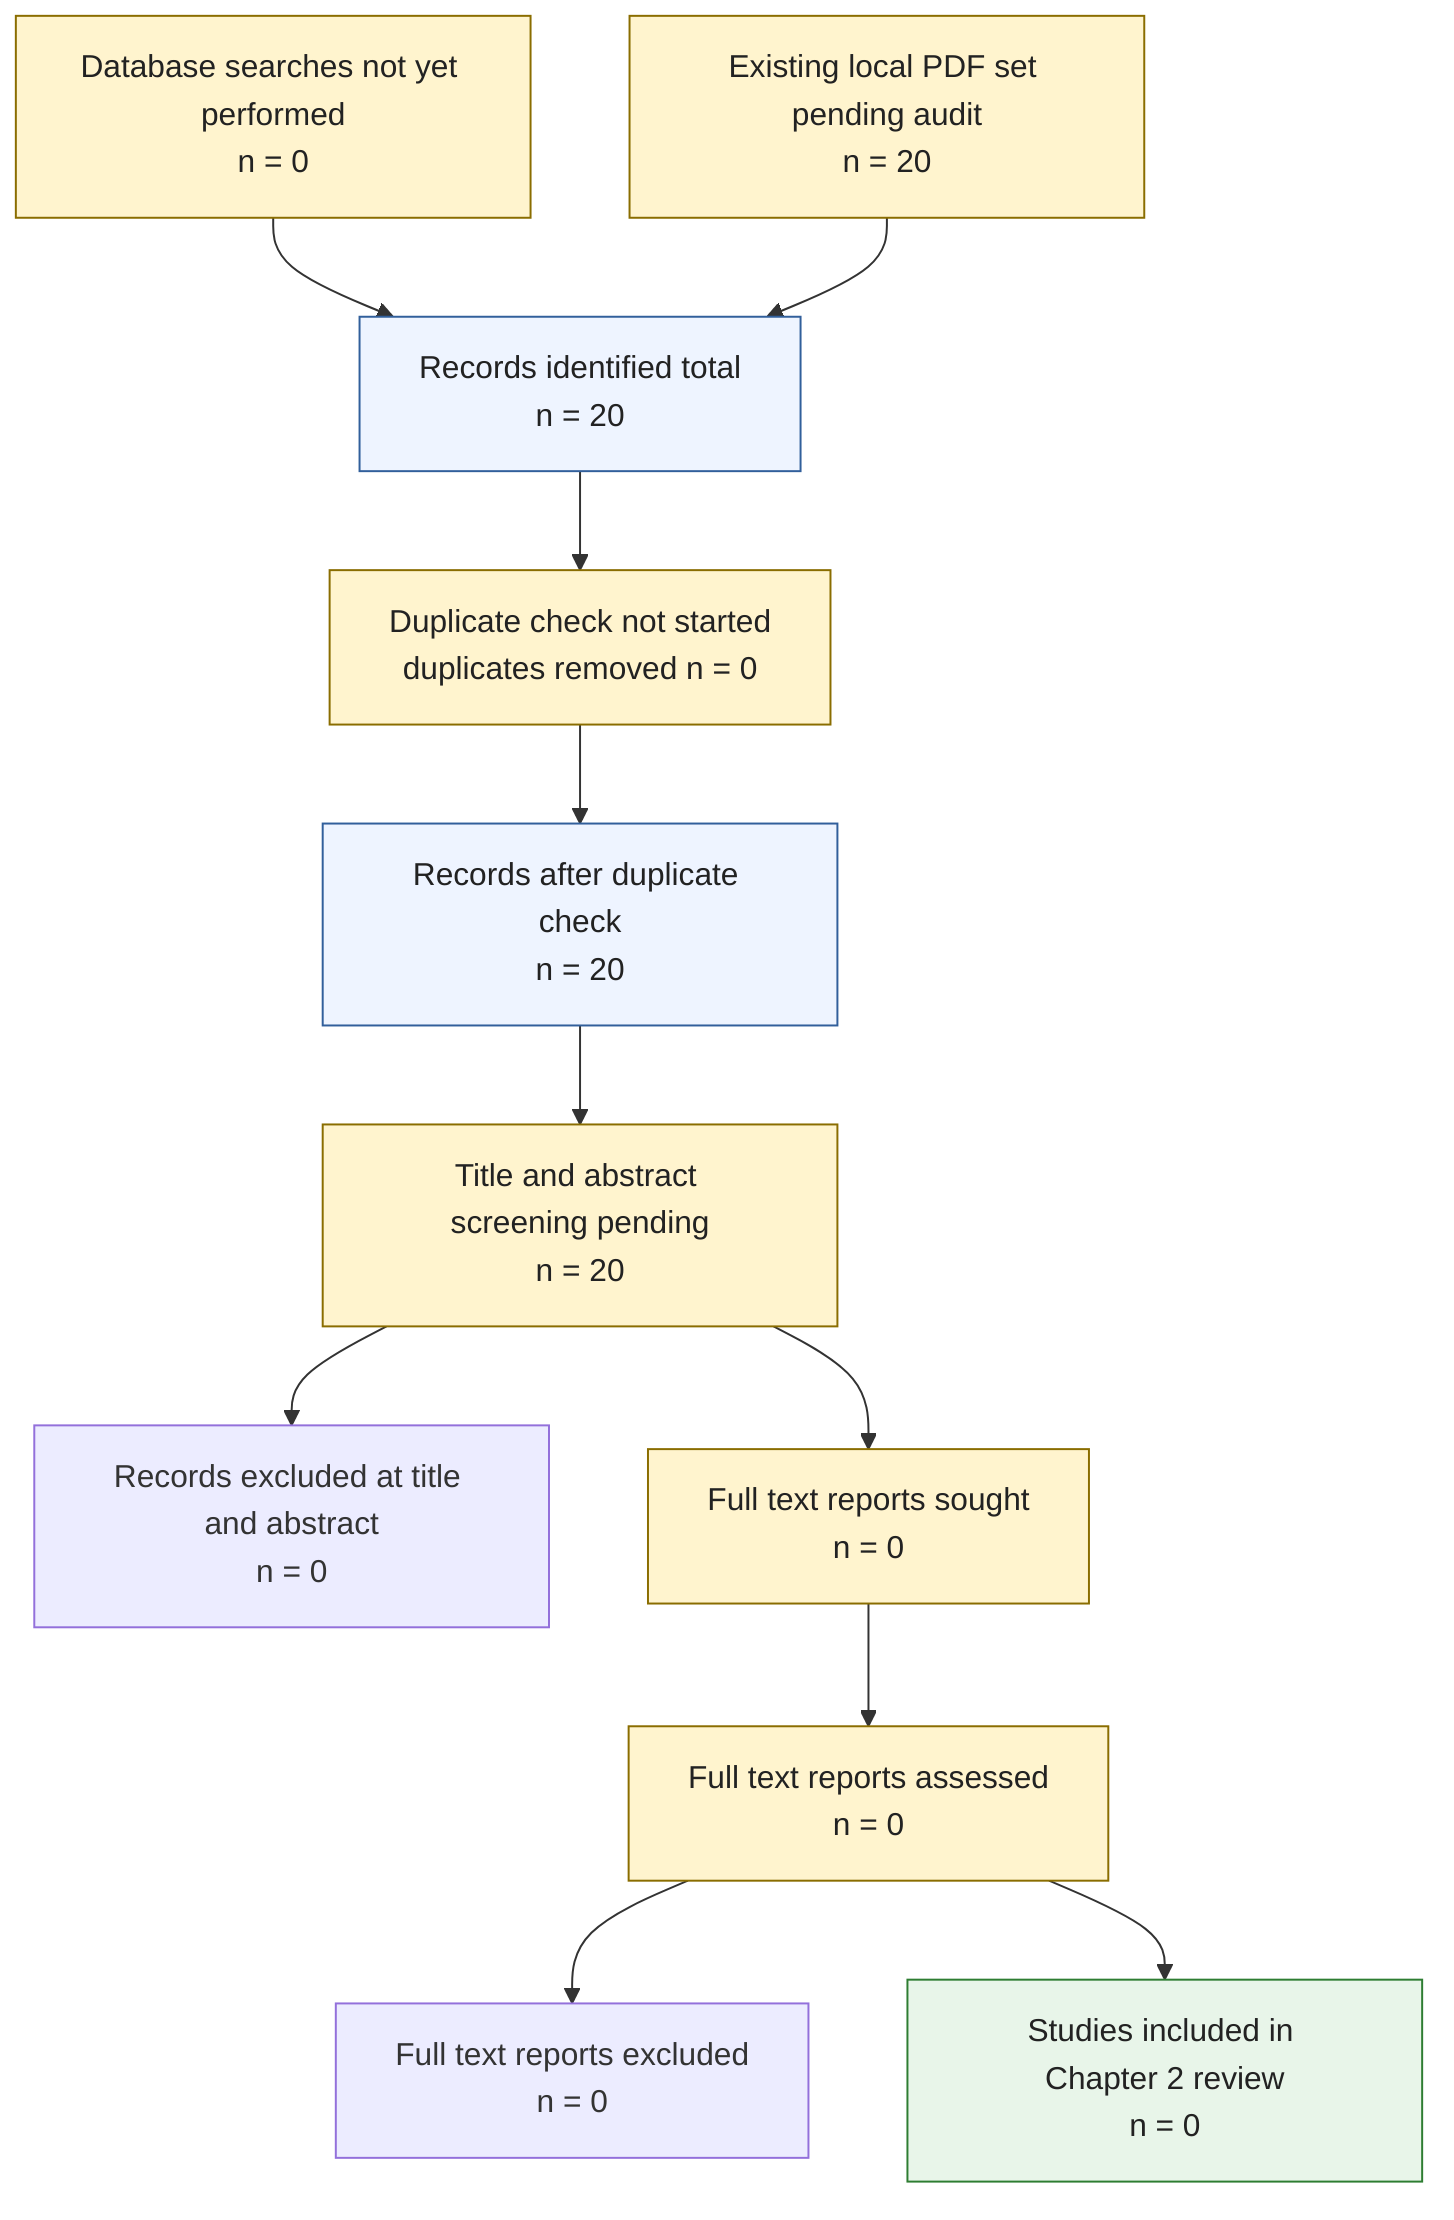
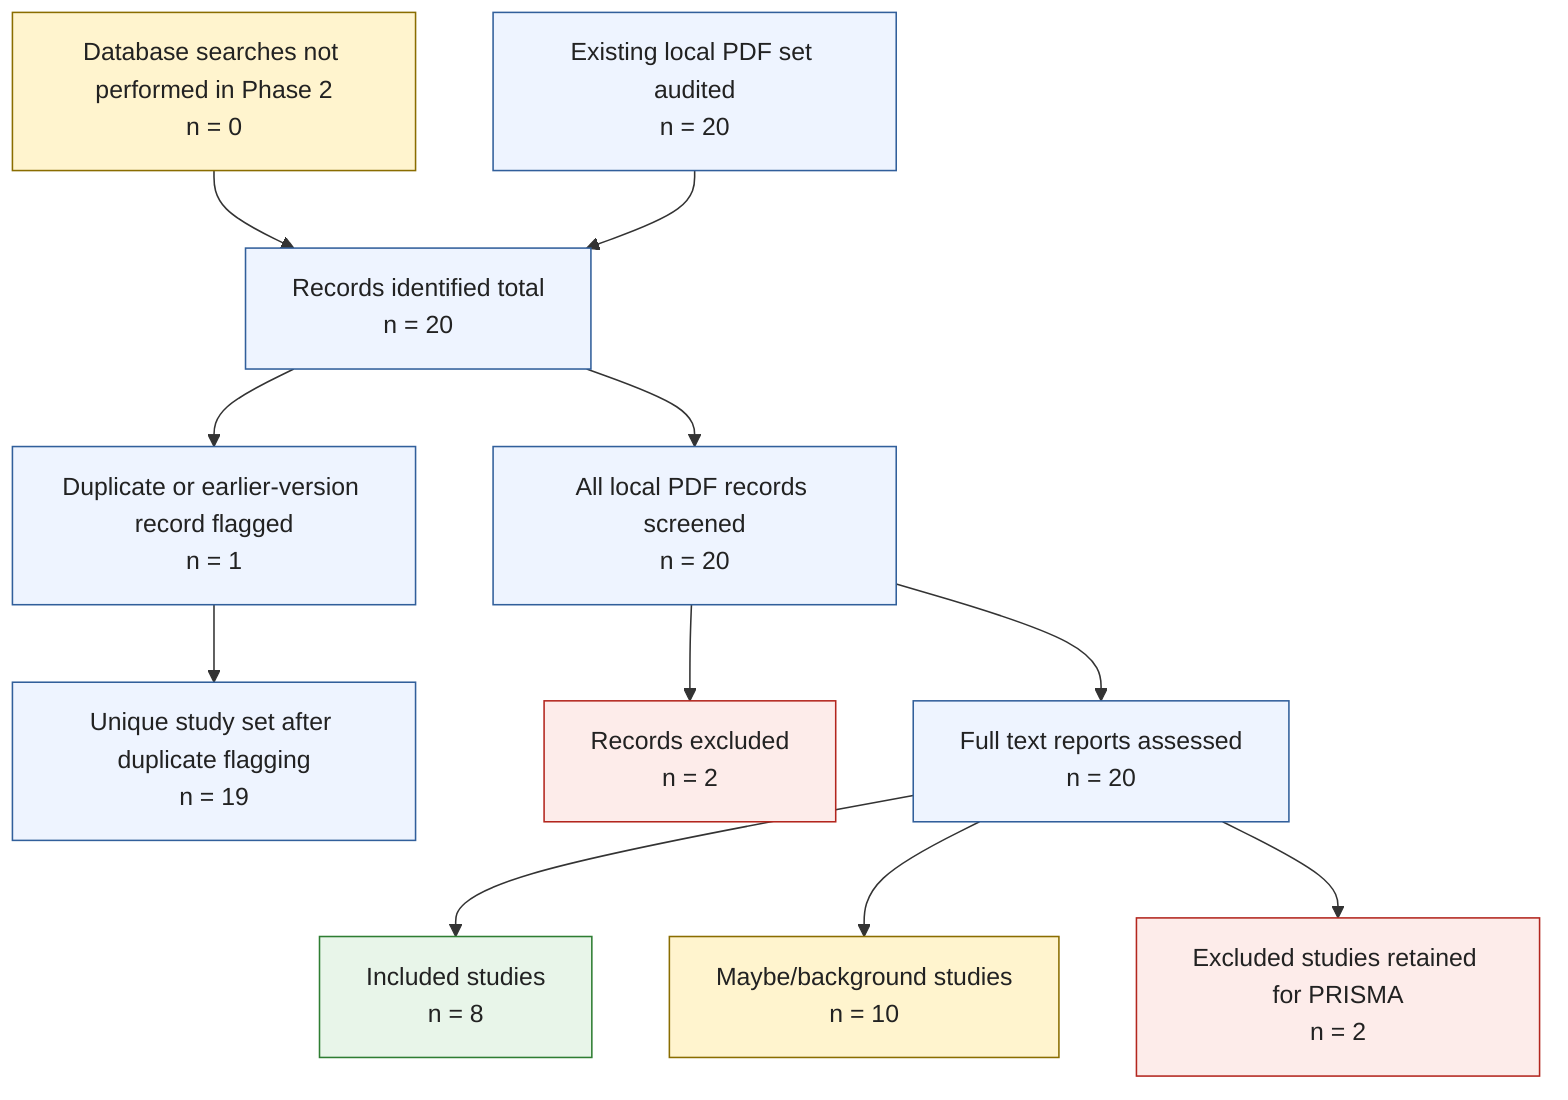
%% Project: Machine Learning-Based System for Cardiopulmonary Sound Separation
flowchart TD
-     A[Database searches not yet performed<br/>n = 0] --> C[Records identified total<br/>n = 20]
-     B[Existing local PDF set pending audit<br/>n = 20] --> C
-     C --> D[Duplicate check not started<br/>duplicates removed n = 0]
-     D --> E[Records after duplicate check<br/>n = 20]
-     E --> F[Title and abstract screening pending<br/>n = 20]
-     F --> G[Records excluded at title and abstract<br/>n = 0]
-     F --> H[Full text reports sought<br/>n = 0]
-     H --> I[Full text reports assessed<br/>n = 0]
-     I --> J[Full text reports excluded<br/>n = 0]
-     I --> K[Studies included in Chapter 2 review<br/>n = 0]
+     A[Database searches not performed in Phase 2<br/>n = 0] --> C[Records identified total<br/>n = 20]
+     B[Existing local PDF set audited<br/>n = 20] --> C
+     C --> D[Duplicate or earlier-version record flagged<br/>n = 1]
+     D --> E[Unique study set after duplicate flagging<br/>n = 19]
+     C --> F[All local PDF records screened<br/>n = 20]
+     F --> G[Records excluded<br/>n = 2]
+     F --> H[Full text reports assessed<br/>n = 20]
+     H --> I[Included studies<br/>n = 8]
+     H --> J[Maybe/background studies<br/>n = 10]
+     H --> K[Excluded studies retained for PRISMA<br/>n = 2]

    classDef pending fill:#fff4ce,stroke:#8a6d00,color:#222;
    classDef neutral fill:#eef4ff,stroke:#315f9b,color:#222;
    classDef included fill:#e8f5e9,stroke:#2e7d32,color:#222;
+     classDef excluded fill:#fdecea,stroke:#b3261e,color:#222;

-     class A,B,D,F,H,I pending;
-     class C,E neutral;
-     class K included;
+     class A,J pending;
+     class B,C,D,E,F,H neutral;
+     class I included;
+     class G,K excluded;
